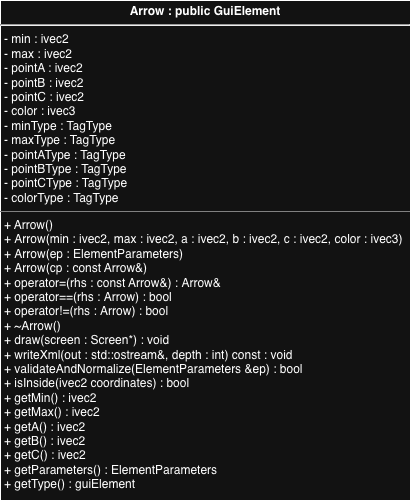
Before: images/Arrow_UML.png, a diagram exported from draw.io (cgreen2048/ArtHuddle). Source tidied: cells renumbered, new cells last; positions are measured from the earlier drawing's top-left corner, leaving out a move shared by most shapes.
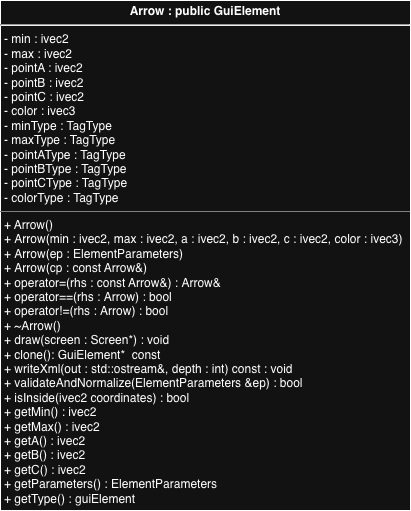
After the commit.

What changed in the source:
```diff
@@ -2,8 +2,8 @@
   <root>
     <mxCell id="0" />
     <mxCell id="1" parent="0" />
-    <mxCell id="2" value="&lt;p style=&quot;margin:0px;margin-top:4px;text-align:center;&quot;&gt;&lt;b&gt;Arrow : public GuiElement&lt;/b&gt;&lt;/p&gt;&lt;hr&gt;&lt;p style=&quot;margin:0px;margin-left:4px;&quot;&gt;&lt;span style=&quot;background-color: transparent; color: light-dark(rgb(0, 0, 0), rgb(255, 255, 255));&quot;&gt;- min : ivec2&lt;/span&gt;&lt;/p&gt;&lt;p style=&quot;margin:0px;margin-left:4px;&quot;&gt;&lt;span style=&quot;background-color: transparent; color: light-dark(rgb(0, 0, 0), rgb(255, 255, 255));&quot;&gt;- max : ivec2&lt;/span&gt;&lt;/p&gt;&lt;p style=&quot;margin:0px;margin-left:4px;&quot;&gt;&lt;span style=&quot;background-color: transparent; color: light-dark(rgb(0, 0, 0), rgb(255, 255, 255));&quot;&gt;- pointA : ivec2&lt;/span&gt;&lt;/p&gt;&lt;p style=&quot;margin:0px;margin-left:4px;&quot;&gt;- pointB : ivec2&lt;/p&gt;&lt;p style=&quot;margin:0px;margin-left:4px;&quot;&gt;- pointC : ivec2&lt;/p&gt;&lt;p style=&quot;margin:0px;margin-left:4px;&quot;&gt;- color : ivec3&lt;br&gt;&lt;/p&gt;&lt;p style=&quot;margin:0px;margin-left:4px;&quot;&gt;- minType : TagType&lt;/p&gt;&lt;p style=&quot;margin:0px;margin-left:4px;&quot;&gt;- maxType : TagType&lt;/p&gt;&lt;p style=&quot;margin:0px;margin-left:4px;&quot;&gt;- pointA&lt;span style=&quot;background-color: transparent;&quot;&gt;Type : TagType&lt;/span&gt;&lt;/p&gt;&lt;p style=&quot;margin:0px;margin-left:4px;&quot;&gt;&lt;span style=&quot;white-space: normal;&quot;&gt;- pointBType : TagType&lt;/span&gt;&lt;/p&gt;&lt;p style=&quot;margin:0px;margin-left:4px;&quot;&gt;- pointCType : TagType&lt;/p&gt;&lt;p style=&quot;margin:0px;margin-left:4px;&quot;&gt;&lt;span style=&quot;white-space: normal;&quot;&gt;- colorType : TagType&lt;/span&gt;&lt;/p&gt;&lt;hr size=&quot;1&quot; style=&quot;border-style:solid;&quot;&gt;&lt;p style=&quot;margin:0px;margin-left:4px;&quot;&gt;+ Arrow()&lt;/p&gt;&lt;p style=&quot;margin:0px;margin-left:4px;&quot;&gt;&lt;span style=&quot;background-color: transparent; color: light-dark(rgb(0, 0, 0), rgb(255, 255, 255));&quot;&gt;+&lt;/span&gt;&lt;span style=&quot;background-color: transparent; color: light-dark(rgb(0, 0, 0), rgb(255, 255, 255));&quot;&gt;&amp;nbsp;&lt;/span&gt;Arrow(min : ivec2, max : ivec2, a : ivec2, b : ivec2, c : ivec2, color : ivec3)&lt;/p&gt;&lt;p style=&quot;margin:0px;margin-left:4px;&quot;&gt;&lt;span style=&quot;background-color: transparent; color: light-dark(rgb(0, 0, 0), rgb(255, 255, 255));&quot;&gt;+&lt;/span&gt;&lt;span style=&quot;background-color: transparent; color: light-dark(rgb(0, 0, 0), rgb(255, 255, 255));&quot;&gt;&amp;nbsp;&lt;/span&gt;Arrow(ep : ElementParameters)&lt;/p&gt;&lt;p style=&quot;margin:0px;margin-left:4px;&quot;&gt;&lt;span style=&quot;background-color: transparent; color: light-dark(rgb(0, 0, 0), rgb(255, 255, 255));&quot;&gt;+&lt;/span&gt;&lt;span style=&quot;background-color: transparent; color: light-dark(rgb(0, 0, 0), rgb(255, 255, 255));&quot;&gt;&amp;nbsp;&lt;/span&gt;Arrow(cp :&amp;nbsp;&lt;span style=&quot;background-color: transparent; color: light-dark(rgb(0, 0, 0), rgb(255, 255, 255));&quot;&gt;const Arrow&amp;amp;&lt;/span&gt;&lt;span style=&quot;background-color: transparent; color: light-dark(rgb(0, 0, 0), rgb(255, 255, 255));&quot;&gt;)&lt;/span&gt;&lt;/p&gt;&lt;p style=&quot;margin:0px;margin-left:4px;&quot;&gt;&lt;span style=&quot;background-color: transparent; color: light-dark(rgb(0, 0, 0), rgb(255, 255, 255));&quot;&gt;+&lt;/span&gt;&lt;span style=&quot;background-color: transparent; color: light-dark(rgb(0, 0, 0), rgb(255, 255, 255));&quot;&gt;&amp;nbsp;&lt;/span&gt;&lt;span style=&quot;white-space: normal;&quot;&gt;operator=(rhs :&amp;nbsp;&lt;/span&gt;&lt;span style=&quot;background-color: transparent; color: light-dark(rgb(0, 0, 0), rgb(255, 255, 255));&quot;&gt;const Arrow&amp;amp;&lt;/span&gt;&lt;span style=&quot;background-color: transparent; color: light-dark(rgb(0, 0, 0), rgb(255, 255, 255));&quot;&gt;) :&amp;nbsp;&lt;/span&gt;&lt;span style=&quot;background-color: transparent; color: light-dark(rgb(0, 0, 0), rgb(255, 255, 255));&quot;&gt;Arrow&amp;amp;&lt;/span&gt;&lt;/p&gt;&lt;p style=&quot;margin:0px;margin-left:4px;&quot;&gt;&lt;span style=&quot;background-color: transparent; color: light-dark(rgb(0, 0, 0), rgb(255, 255, 255));&quot;&gt;+&lt;/span&gt;&lt;span style=&quot;background-color: transparent; color: light-dark(rgb(0, 0, 0), rgb(255, 255, 255));&quot;&gt;&amp;nbsp;&lt;/span&gt;&lt;span style=&quot;white-space: normal;&quot;&gt;operator==(rhs :&amp;nbsp;&lt;/span&gt;&lt;span style=&quot;background-color: transparent; color: light-dark(rgb(0, 0, 0), rgb(255, 255, 255));&quot;&gt;Arrow) :&amp;nbsp;&lt;/span&gt;&lt;span style=&quot;background-color: transparent; color: light-dark(rgb(0, 0, 0), rgb(255, 255, 255));&quot;&gt;bool&lt;/span&gt;&lt;/p&gt;&lt;p style=&quot;margin:0px;margin-left:4px;&quot;&gt;&lt;span style=&quot;background-color: transparent; color: light-dark(rgb(0, 0, 0), rgb(255, 255, 255));&quot;&gt;+&lt;/span&gt;&lt;span style=&quot;background-color: transparent; color: light-dark(rgb(0, 0, 0), rgb(255, 255, 255));&quot;&gt;&amp;nbsp;&lt;/span&gt;&lt;span style=&quot;white-space: normal;&quot;&gt;operator!=(rhs :&amp;nbsp;&lt;/span&gt;&lt;span style=&quot;background-color: transparent; color: light-dark(rgb(0, 0, 0), rgb(255, 255, 255));&quot;&gt;Arrow&lt;/span&gt;&lt;span style=&quot;background-color: transparent; color: light-dark(rgb(0, 0, 0), rgb(255, 255, 255));&quot;&gt;) :&amp;nbsp;&lt;/span&gt;&lt;span style=&quot;background-color: transparent; color: light-dark(rgb(0, 0, 0), rgb(255, 255, 255));&quot;&gt;bool&lt;/span&gt;&lt;/p&gt;&lt;p style=&quot;margin:0px;margin-left:4px;&quot;&gt;&lt;span style=&quot;background-color: transparent; color: light-dark(rgb(0, 0, 0), rgb(255, 255, 255));&quot;&gt;+&lt;/span&gt;&lt;span style=&quot;background-color: transparent; color: light-dark(rgb(0, 0, 0), rgb(255, 255, 255));&quot;&gt;&amp;nbsp;&lt;/span&gt;&lt;span style=&quot;white-space: normal;&quot;&gt;~Arrow()&lt;/span&gt;&lt;/p&gt;&lt;p style=&quot;margin:0px;margin-left:4px;&quot;&gt;&lt;span style=&quot;background-color: transparent; color: light-dark(rgb(0, 0, 0), rgb(255, 255, 255));&quot;&gt;+&lt;/span&gt;&lt;span style=&quot;background-color: transparent; color: light-dark(rgb(0, 0, 0), rgb(255, 255, 255));&quot;&gt;&amp;nbsp;&lt;/span&gt;draw(screen :&amp;nbsp;&lt;span style=&quot;background-color: transparent; color: light-dark(rgb(0, 0, 0), rgb(255, 255, 255));&quot;&gt;Screen*&lt;/span&gt;&lt;span style=&quot;background-color: transparent; color: light-dark(rgb(0, 0, 0), rgb(255, 255, 255));&quot;&gt;) : void&lt;/span&gt;&lt;/p&gt;&lt;p style=&quot;margin:0px;margin-left:4px;&quot;&gt;&lt;span style=&quot;background-color: transparent; color: light-dark(rgb(0, 0, 0), rgb(255, 255, 255));&quot;&gt;+&lt;/span&gt;&lt;span style=&quot;background-color: transparent; color: light-dark(rgb(0, 0, 0), rgb(255, 255, 255));&quot;&gt;&amp;nbsp;&lt;/span&gt;writeXml(out :&amp;nbsp;&lt;span style=&quot;background-color: transparent; color: light-dark(rgb(0, 0, 0), rgb(255, 255, 255));&quot;&gt;std::ostream&amp;amp;&lt;/span&gt;&lt;span style=&quot;background-color: transparent; color: light-dark(rgb(0, 0, 0), rgb(255, 255, 255));&quot;&gt;, depth :&amp;nbsp;&lt;/span&gt;&lt;span style=&quot;background-color: transparent; color: light-dark(rgb(0, 0, 0), rgb(255, 255, 255));&quot;&gt;int&lt;/span&gt;&lt;span style=&quot;background-color: transparent; color: light-dark(rgb(0, 0, 0), rgb(255, 255, 255));&quot;&gt;) const : void&lt;/span&gt;&lt;/p&gt;&lt;p style=&quot;margin:0px;margin-left:4px;&quot;&gt;&lt;span style=&quot;background-color: transparent; color: light-dark(rgb(0, 0, 0), rgb(255, 255, 255));&quot;&gt;+&lt;/span&gt;&lt;span style=&quot;background-color: transparent; color: light-dark(rgb(0, 0, 0), rgb(255, 255, 255));&quot;&gt;&amp;nbsp;&lt;/span&gt;validateAndNormalize(ElementParameters &amp;amp;ep) : boo&lt;span style=&quot;background-color: transparent; color: light-dark(rgb(0, 0, 0), rgb(255, 255, 255));&quot;&gt;l&lt;/span&gt;&lt;/p&gt;&lt;p style=&quot;margin:0px;margin-left:4px;&quot;&gt;&lt;span style=&quot;background-color: transparent; color: light-dark(rgb(0, 0, 0), rgb(255, 255, 255));&quot;&gt;+&lt;/span&gt;&lt;span style=&quot;background-color: transparent; color: light-dark(rgb(0, 0, 0), rgb(255, 255, 255));&quot;&gt;&amp;nbsp;&lt;/span&gt;isInside(ivec2 coordinates) : bool&lt;/p&gt;&lt;p style=&quot;margin:0px;margin-left:4px;&quot;&gt;&lt;span style=&quot;background-color: transparent; color: light-dark(rgb(0, 0, 0), rgb(255, 255, 255));&quot;&gt;+&lt;/span&gt;&lt;span style=&quot;background-color: transparent; color: light-dark(rgb(0, 0, 0), rgb(255, 255, 255));&quot;&gt;&amp;nbsp;&lt;/span&gt;getMin() : ivec2&lt;/p&gt;&lt;p style=&quot;margin:0px;margin-left:4px;&quot;&gt;&lt;span style=&quot;background-color: transparent; color: light-dark(rgb(0, 0, 0), rgb(255, 255, 255));&quot;&gt;+&lt;/span&gt;&lt;span style=&quot;background-color: transparent; color: light-dark(rgb(0, 0, 0), rgb(255, 255, 255));&quot;&gt;&amp;nbsp;&lt;/span&gt;getMax() : ivec2&lt;/p&gt;&lt;p style=&quot;margin:0px;margin-left:4px;&quot;&gt;&lt;span style=&quot;background-color: transparent; color: light-dark(rgb(0, 0, 0), rgb(255, 255, 255));&quot;&gt;+&lt;/span&gt;&lt;span style=&quot;background-color: transparent; color: light-dark(rgb(0, 0, 0), rgb(255, 255, 255));&quot;&gt;&amp;nbsp;&lt;/span&gt;getA() : ivec2&lt;/p&gt;&lt;p style=&quot;margin:0px;margin-left:4px;&quot;&gt;&lt;span style=&quot;background-color: transparent; color: light-dark(rgb(0, 0, 0), rgb(255, 255, 255));&quot;&gt;+&lt;/span&gt;&lt;span style=&quot;background-color: transparent; color: light-dark(rgb(0, 0, 0), rgb(255, 255, 255));&quot;&gt;&amp;nbsp;&lt;/span&gt;getB() : ivec2&lt;/p&gt;&lt;p style=&quot;margin:0px;margin-left:4px;&quot;&gt;&lt;span style=&quot;background-color: transparent;&quot;&gt;&lt;/span&gt;&lt;/p&gt;&lt;p style=&quot;margin:0px;margin-left:4px;&quot;&gt;&lt;span style=&quot;background-color: transparent; color: light-dark(rgb(0, 0, 0), rgb(255, 255, 255));&quot;&gt;+&lt;/span&gt;&lt;span style=&quot;background-color: transparent; color: light-dark(rgb(0, 0, 0), rgb(255, 255, 255));&quot;&gt;&amp;nbsp;&lt;/span&gt;getC() : ivec2&lt;/p&gt;&lt;p style=&quot;margin: 0px 0px 0px 4px;&quot;&gt;&lt;span style=&quot;background-color: transparent;&quot;&gt;+ getParameters() : ElementParameters&lt;/span&gt;&lt;/p&gt;&lt;p style=&quot;margin: 0px 0px 0px 4px;&quot;&gt;&lt;span style=&quot;background-color: transparent;&quot;&gt;+ getType() : guiElement&lt;/span&gt;&lt;/p&gt;" style="verticalAlign=top;align=left;overflow=fill;html=1;whiteSpace=wrap;" parent="1" vertex="1">
-      <mxGeometry width="410" height="500" as="geometry" />
+    <mxCell id="2" value="&lt;p style=&quot;margin:0px;margin-top:4px;text-align:center;&quot;&gt;&lt;b&gt;Arrow : public GuiElement&lt;/b&gt;&lt;/p&gt;&lt;hr&gt;&lt;p style=&quot;margin:0px;margin-left:4px;&quot;&gt;&lt;span style=&quot;background-color: transparent; color: light-dark(rgb(0, 0, 0), rgb(255, 255, 255));&quot;&gt;- min : ivec2&lt;/span&gt;&lt;/p&gt;&lt;p style=&quot;margin:0px;margin-left:4px;&quot;&gt;&lt;span style=&quot;background-color: transparent; color: light-dark(rgb(0, 0, 0), rgb(255, 255, 255));&quot;&gt;- max : ivec2&lt;/span&gt;&lt;/p&gt;&lt;p style=&quot;margin:0px;margin-left:4px;&quot;&gt;&lt;span style=&quot;background-color: transparent; color: light-dark(rgb(0, 0, 0), rgb(255, 255, 255));&quot;&gt;- pointA : ivec2&lt;/span&gt;&lt;/p&gt;&lt;p style=&quot;margin:0px;margin-left:4px;&quot;&gt;- pointB : ivec2&lt;/p&gt;&lt;p style=&quot;margin:0px;margin-left:4px;&quot;&gt;- pointC : ivec2&lt;/p&gt;&lt;p style=&quot;margin:0px;margin-left:4px;&quot;&gt;- color : ivec3&lt;br&gt;&lt;/p&gt;&lt;p style=&quot;margin:0px;margin-left:4px;&quot;&gt;- minType : TagType&lt;/p&gt;&lt;p style=&quot;margin:0px;margin-left:4px;&quot;&gt;- maxType : TagType&lt;/p&gt;&lt;p style=&quot;margin:0px;margin-left:4px;&quot;&gt;- pointA&lt;span style=&quot;background-color: transparent;&quot;&gt;Type : TagType&lt;/span&gt;&lt;/p&gt;&lt;p style=&quot;margin:0px;margin-left:4px;&quot;&gt;&lt;span style=&quot;white-space: normal;&quot;&gt;- pointBType : TagType&lt;/span&gt;&lt;/p&gt;&lt;p style=&quot;margin:0px;margin-left:4px;&quot;&gt;- pointCType : TagType&lt;/p&gt;&lt;p style=&quot;margin:0px;margin-left:4px;&quot;&gt;&lt;span style=&quot;white-space: normal;&quot;&gt;- colorType : TagType&lt;/span&gt;&lt;/p&gt;&lt;hr size=&quot;1&quot; style=&quot;border-style:solid;&quot;&gt;&lt;p style=&quot;margin:0px;margin-left:4px;&quot;&gt;+ Arrow()&lt;/p&gt;&lt;p style=&quot;margin:0px;margin-left:4px;&quot;&gt;&lt;span style=&quot;background-color: transparent; color: light-dark(rgb(0, 0, 0), rgb(255, 255, 255));&quot;&gt;+&lt;/span&gt;&lt;span style=&quot;background-color: transparent; color: light-dark(rgb(0, 0, 0), rgb(255, 255, 255));&quot;&gt;&amp;nbsp;&lt;/span&gt;Arrow(min : ivec2, max : ivec2, a : ivec2, b : ivec2, c : ivec2, color : ivec3)&lt;/p&gt;&lt;p style=&quot;margin:0px;margin-left:4px;&quot;&gt;&lt;span style=&quot;background-color: transparent; color: light-dark(rgb(0, 0, 0), rgb(255, 255, 255));&quot;&gt;+&lt;/span&gt;&lt;span style=&quot;background-color: transparent; color: light-dark(rgb(0, 0, 0), rgb(255, 255, 255));&quot;&gt;&amp;nbsp;&lt;/span&gt;Arrow(ep : ElementParameters)&lt;/p&gt;&lt;p style=&quot;margin:0px;margin-left:4px;&quot;&gt;&lt;span style=&quot;background-color: transparent; color: light-dark(rgb(0, 0, 0), rgb(255, 255, 255));&quot;&gt;+&lt;/span&gt;&lt;span style=&quot;background-color: transparent; color: light-dark(rgb(0, 0, 0), rgb(255, 255, 255));&quot;&gt;&amp;nbsp;&lt;/span&gt;Arrow(cp :&amp;nbsp;&lt;span style=&quot;background-color: transparent; color: light-dark(rgb(0, 0, 0), rgb(255, 255, 255));&quot;&gt;const Arrow&amp;amp;&lt;/span&gt;&lt;span style=&quot;background-color: transparent; color: light-dark(rgb(0, 0, 0), rgb(255, 255, 255));&quot;&gt;)&lt;/span&gt;&lt;/p&gt;&lt;p style=&quot;margin:0px;margin-left:4px;&quot;&gt;&lt;span style=&quot;background-color: transparent; color: light-dark(rgb(0, 0, 0), rgb(255, 255, 255));&quot;&gt;+&lt;/span&gt;&lt;span style=&quot;background-color: transparent; color: light-dark(rgb(0, 0, 0), rgb(255, 255, 255));&quot;&gt;&amp;nbsp;&lt;/span&gt;&lt;span style=&quot;white-space: normal;&quot;&gt;operator=(rhs :&amp;nbsp;&lt;/span&gt;&lt;span style=&quot;background-color: transparent; color: light-dark(rgb(0, 0, 0), rgb(255, 255, 255));&quot;&gt;const Arrow&amp;amp;&lt;/span&gt;&lt;span style=&quot;background-color: transparent; color: light-dark(rgb(0, 0, 0), rgb(255, 255, 255));&quot;&gt;) :&amp;nbsp;&lt;/span&gt;&lt;span style=&quot;background-color: transparent; color: light-dark(rgb(0, 0, 0), rgb(255, 255, 255));&quot;&gt;Arrow&amp;amp;&lt;/span&gt;&lt;/p&gt;&lt;p style=&quot;margin:0px;margin-left:4px;&quot;&gt;&lt;span style=&quot;background-color: transparent; color: light-dark(rgb(0, 0, 0), rgb(255, 255, 255));&quot;&gt;+&lt;/span&gt;&lt;span style=&quot;background-color: transparent; color: light-dark(rgb(0, 0, 0), rgb(255, 255, 255));&quot;&gt;&amp;nbsp;&lt;/span&gt;&lt;span style=&quot;white-space: normal;&quot;&gt;operator==(rhs :&amp;nbsp;&lt;/span&gt;&lt;span style=&quot;background-color: transparent; color: light-dark(rgb(0, 0, 0), rgb(255, 255, 255));&quot;&gt;Arrow) :&amp;nbsp;&lt;/span&gt;&lt;span style=&quot;background-color: transparent; color: light-dark(rgb(0, 0, 0), rgb(255, 255, 255));&quot;&gt;bool&lt;/span&gt;&lt;/p&gt;&lt;p style=&quot;margin:0px;margin-left:4px;&quot;&gt;&lt;span style=&quot;background-color: transparent; color: light-dark(rgb(0, 0, 0), rgb(255, 255, 255));&quot;&gt;+&lt;/span&gt;&lt;span style=&quot;background-color: transparent; color: light-dark(rgb(0, 0, 0), rgb(255, 255, 255));&quot;&gt;&amp;nbsp;&lt;/span&gt;&lt;span style=&quot;white-space: normal;&quot;&gt;operator!=(rhs :&amp;nbsp;&lt;/span&gt;&lt;span style=&quot;background-color: transparent; color: light-dark(rgb(0, 0, 0), rgb(255, 255, 255));&quot;&gt;Arrow&lt;/span&gt;&lt;span style=&quot;background-color: transparent; color: light-dark(rgb(0, 0, 0), rgb(255, 255, 255));&quot;&gt;) :&amp;nbsp;&lt;/span&gt;&lt;span style=&quot;background-color: transparent; color: light-dark(rgb(0, 0, 0), rgb(255, 255, 255));&quot;&gt;bool&lt;/span&gt;&lt;/p&gt;&lt;p style=&quot;margin:0px;margin-left:4px;&quot;&gt;&lt;span style=&quot;background-color: transparent; color: light-dark(rgb(0, 0, 0), rgb(255, 255, 255));&quot;&gt;+&lt;/span&gt;&lt;span style=&quot;background-color: transparent; color: light-dark(rgb(0, 0, 0), rgb(255, 255, 255));&quot;&gt;&amp;nbsp;&lt;/span&gt;&lt;span style=&quot;white-space: normal;&quot;&gt;~Arrow()&lt;/span&gt;&lt;/p&gt;&lt;p style=&quot;margin:0px;margin-left:4px;&quot;&gt;&lt;span style=&quot;background-color: transparent; color: light-dark(rgb(0, 0, 0), rgb(255, 255, 255));&quot;&gt;+&lt;/span&gt;&lt;span style=&quot;background-color: transparent; color: light-dark(rgb(0, 0, 0), rgb(255, 255, 255));&quot;&gt;&amp;nbsp;&lt;/span&gt;draw(screen :&amp;nbsp;&lt;span style=&quot;background-color: transparent; color: light-dark(rgb(0, 0, 0), rgb(255, 255, 255));&quot;&gt;Screen*&lt;/span&gt;&lt;span style=&quot;background-color: transparent; color: light-dark(rgb(0, 0, 0), rgb(255, 255, 255));&quot;&gt;) : void&lt;/span&gt;&lt;/p&gt;&lt;p style=&quot;margin:0px;margin-left:4px;&quot;&gt;+ clone(): GuiElement*&amp;nbsp; const&amp;nbsp;&lt;span style=&quot;background-color: transparent; color: light-dark(rgb(0, 0, 0), rgb(255, 255, 255));&quot;&gt;&lt;/span&gt;&lt;/p&gt;&lt;p style=&quot;margin:0px;margin-left:4px;&quot;&gt;&lt;span style=&quot;background-color: transparent; color: light-dark(rgb(0, 0, 0), rgb(255, 255, 255));&quot;&gt;+&lt;/span&gt;&lt;span style=&quot;background-color: transparent; color: light-dark(rgb(0, 0, 0), rgb(255, 255, 255));&quot;&gt;&amp;nbsp;&lt;/span&gt;writeXml(out :&amp;nbsp;&lt;span style=&quot;background-color: transparent; color: light-dark(rgb(0, 0, 0), rgb(255, 255, 255));&quot;&gt;std::ostream&amp;amp;&lt;/span&gt;&lt;span style=&quot;background-color: transparent; color: light-dark(rgb(0, 0, 0), rgb(255, 255, 255));&quot;&gt;, depth :&amp;nbsp;&lt;/span&gt;&lt;span style=&quot;background-color: transparent; color: light-dark(rgb(0, 0, 0), rgb(255, 255, 255));&quot;&gt;int&lt;/span&gt;&lt;span style=&quot;background-color: transparent; color: light-dark(rgb(0, 0, 0), rgb(255, 255, 255));&quot;&gt;) const : void&lt;/span&gt;&lt;/p&gt;&lt;p style=&quot;margin:0px;margin-left:4px;&quot;&gt;&lt;span style=&quot;background-color: transparent; color: light-dark(rgb(0, 0, 0), rgb(255, 255, 255));&quot;&gt;+&lt;/span&gt;&lt;span style=&quot;background-color: transparent; color: light-dark(rgb(0, 0, 0), rgb(255, 255, 255));&quot;&gt;&amp;nbsp;&lt;/span&gt;validateAndNormalize(ElementParameters &amp;amp;ep) : boo&lt;span style=&quot;background-color: transparent; color: light-dark(rgb(0, 0, 0), rgb(255, 255, 255));&quot;&gt;l&lt;/span&gt;&lt;/p&gt;&lt;p style=&quot;margin:0px;margin-left:4px;&quot;&gt;&lt;span style=&quot;background-color: transparent; color: light-dark(rgb(0, 0, 0), rgb(255, 255, 255));&quot;&gt;+&lt;/span&gt;&lt;span style=&quot;background-color: transparent; color: light-dark(rgb(0, 0, 0), rgb(255, 255, 255));&quot;&gt;&amp;nbsp;&lt;/span&gt;isInside(ivec2 coordinates) : bool&lt;/p&gt;&lt;p style=&quot;margin:0px;margin-left:4px;&quot;&gt;&lt;span style=&quot;background-color: transparent; color: light-dark(rgb(0, 0, 0), rgb(255, 255, 255));&quot;&gt;+&lt;/span&gt;&lt;span style=&quot;background-color: transparent; color: light-dark(rgb(0, 0, 0), rgb(255, 255, 255));&quot;&gt;&amp;nbsp;&lt;/span&gt;getMin() : ivec2&lt;/p&gt;&lt;p style=&quot;margin:0px;margin-left:4px;&quot;&gt;&lt;span style=&quot;background-color: transparent; color: light-dark(rgb(0, 0, 0), rgb(255, 255, 255));&quot;&gt;+&lt;/span&gt;&lt;span style=&quot;background-color: transparent; color: light-dark(rgb(0, 0, 0), rgb(255, 255, 255));&quot;&gt;&amp;nbsp;&lt;/span&gt;getMax() : ivec2&lt;/p&gt;&lt;p style=&quot;margin:0px;margin-left:4px;&quot;&gt;&lt;span style=&quot;background-color: transparent; color: light-dark(rgb(0, 0, 0), rgb(255, 255, 255));&quot;&gt;+&lt;/span&gt;&lt;span style=&quot;background-color: transparent; color: light-dark(rgb(0, 0, 0), rgb(255, 255, 255));&quot;&gt;&amp;nbsp;&lt;/span&gt;getA() : ivec2&lt;/p&gt;&lt;p style=&quot;margin:0px;margin-left:4px;&quot;&gt;&lt;span style=&quot;background-color: transparent; color: light-dark(rgb(0, 0, 0), rgb(255, 255, 255));&quot;&gt;+&lt;/span&gt;&lt;span style=&quot;background-color: transparent; color: light-dark(rgb(0, 0, 0), rgb(255, 255, 255));&quot;&gt;&amp;nbsp;&lt;/span&gt;getB() : ivec2&lt;/p&gt;&lt;p style=&quot;margin:0px;margin-left:4px;&quot;&gt;&lt;span style=&quot;background-color: transparent;&quot;&gt;&lt;/span&gt;&lt;/p&gt;&lt;p style=&quot;margin:0px;margin-left:4px;&quot;&gt;&lt;span style=&quot;background-color: transparent; color: light-dark(rgb(0, 0, 0), rgb(255, 255, 255));&quot;&gt;+&lt;/span&gt;&lt;span style=&quot;background-color: transparent; color: light-dark(rgb(0, 0, 0), rgb(255, 255, 255));&quot;&gt;&amp;nbsp;&lt;/span&gt;getC() : ivec2&lt;/p&gt;&lt;p style=&quot;margin: 0px 0px 0px 4px;&quot;&gt;&lt;span style=&quot;background-color: transparent;&quot;&gt;+ getParameters() : ElementParameters&lt;/span&gt;&lt;/p&gt;&lt;p style=&quot;margin: 0px 0px 0px 4px;&quot;&gt;&lt;span style=&quot;background-color: transparent;&quot;&gt;+ getType() : guiElement&lt;/span&gt;&lt;/p&gt;" style="verticalAlign=top;align=left;overflow=fill;html=1;whiteSpace=wrap;" parent="1" vertex="1">
+      <mxGeometry width="410" height="510" as="geometry" />
     </mxCell>
   </root>
 </mxGraphModel>
```
